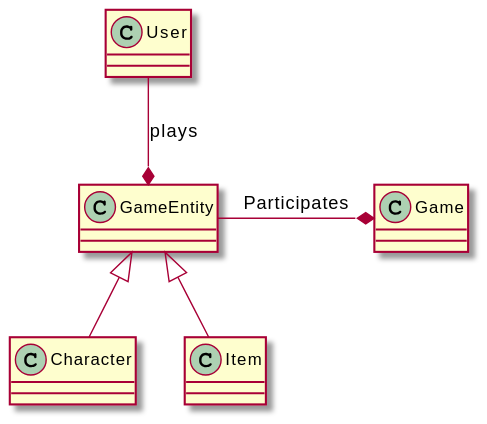
This is out/docs/Entities/Entities.svg from JeroenGelderland/DungeonsAndDragons, a PlantUML export, as it was before one commit. Its diagram source:
```plantuml
@startuml
class "GameEntity"
class "Character"
class "Item"
class "User"
class "Game"


User --* GameEntity : plays
GameEntity -* Game : Participates

GameEntity <|-- Character
GameEntity <|-- Item
@enduml
```
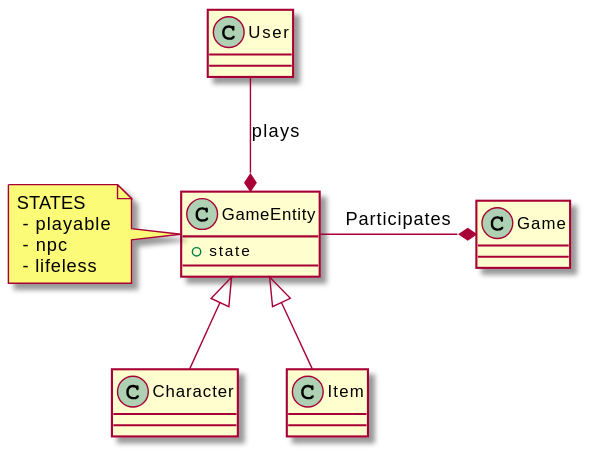
After the commit.

Diff of the diagram source:
```diff
@@ -1,5 +1,9 @@
 @startuml
-class "GameEntity"
+class "GameEntity"{
+    + state
+}
+note left: STATES\n - playable\n - npc\n - lifeless
+
 class "Character"
 class "Item"
 class "User"
```
